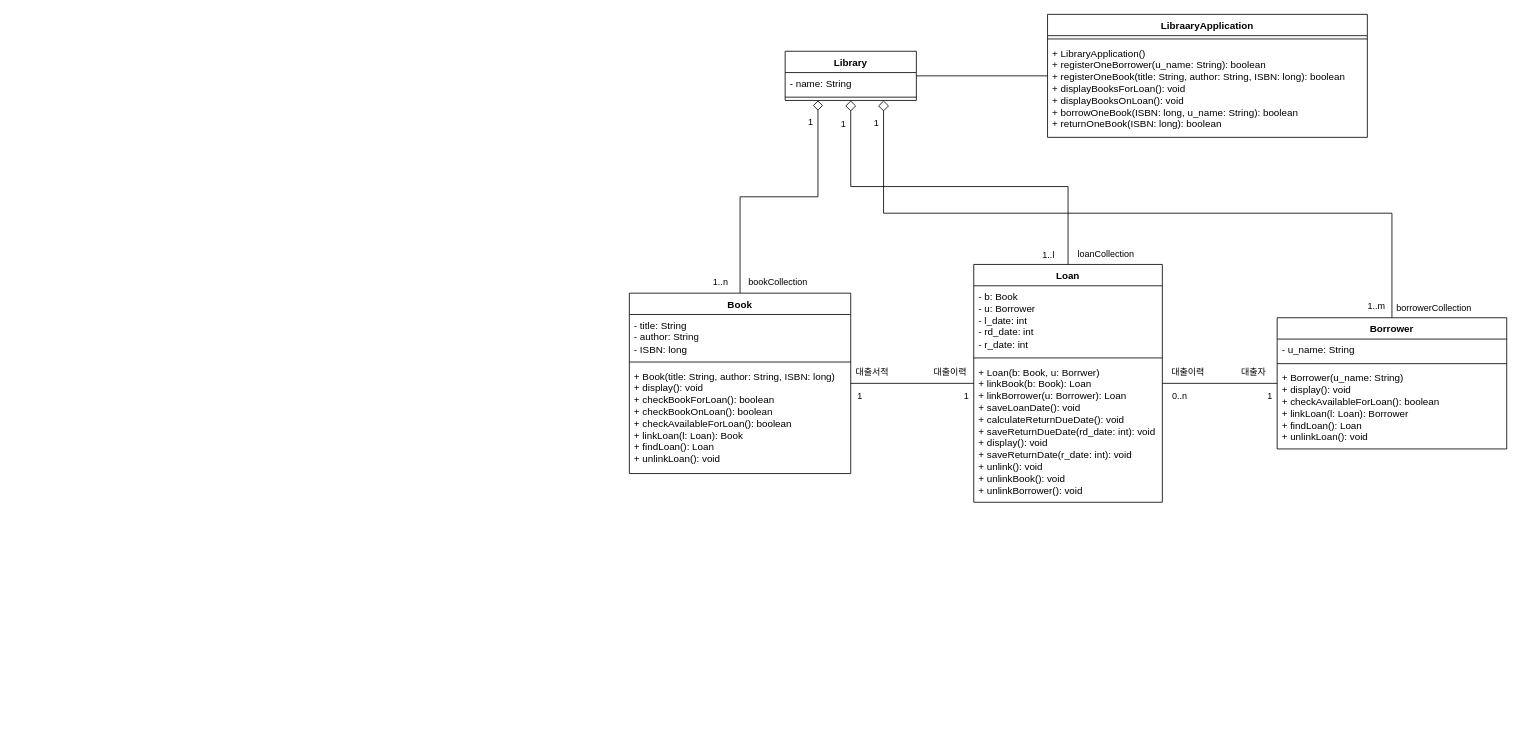
Earlier version of the draw.io diagram UML/Class Diagram.drawio (Halozhan/2023-2-LibraryApplication). Source tidied: cells renumbered, new cells numbered last; positions are measured from the earlier drawing's top-left corner, leaving out a move shared by most shapes. Both pictures are drawn from the tidied source at 82%, with x=0, y=0 at pixel (629, 14).
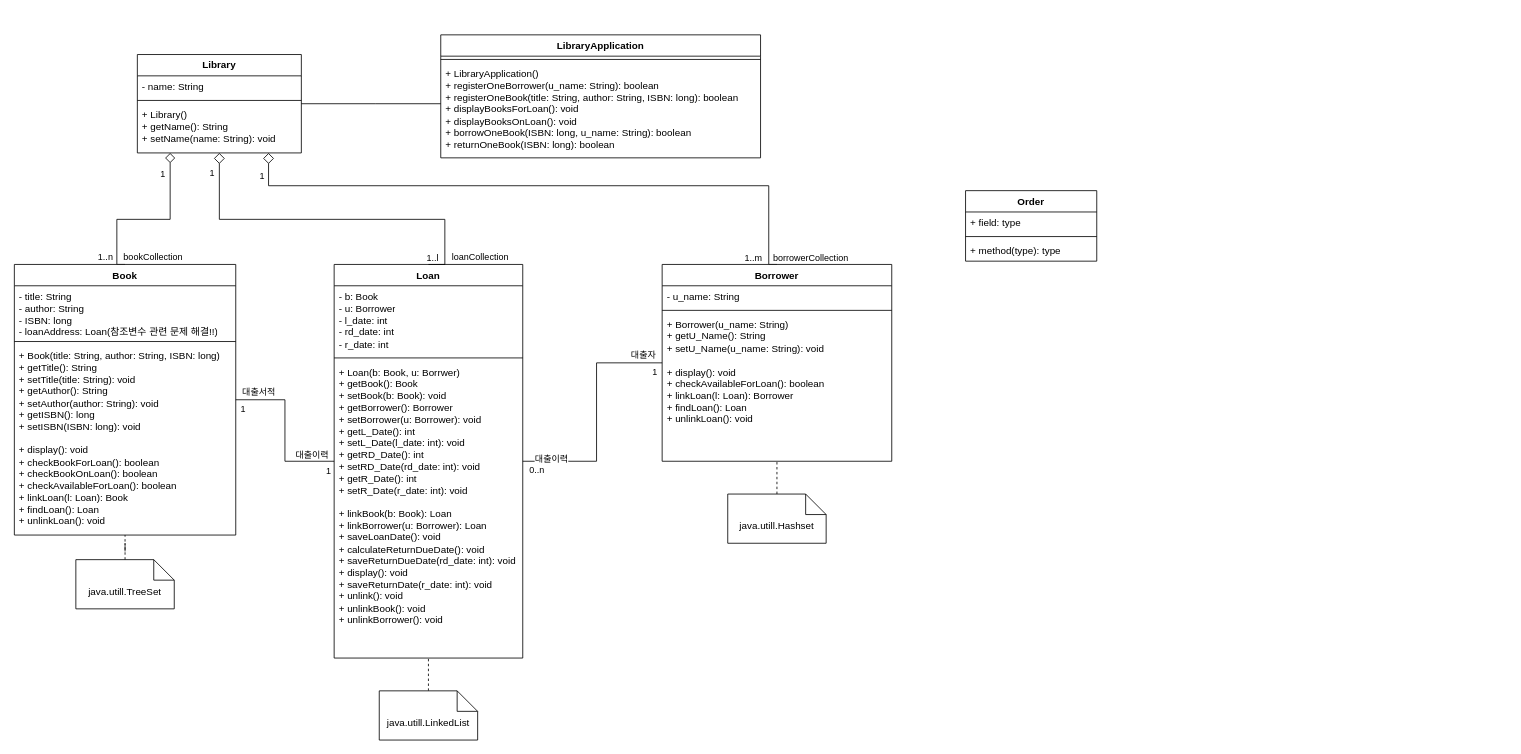
The same page after the edit.

Diff of the diagram source:
```diff
@@
     <mxCell id="2" style="edgeStyle=orthogonalEdgeStyle;rounded=0;jettySize=auto;html=1;exitX=1;exitY=0.5;exitDx=0;exitDy=0;endArrow=none;endFill=0;" parent="1" edge="1" source="3" target="6">
-      <mxGeometry relative="1" as="geometry" />
+      <mxGeometry relative="1" as="geometry">
+        <Array as="points">
+          <mxPoint x="-310" y="109" />
+          <mxPoint x="-310" y="109" />
+        </Array>
+      </mxGeometry>
     </mxCell>
-    <mxCell id="3" value="Library" style="swimlane;fontStyle=1;align=center;verticalAlign=top;horizontal=1;startSize=26;whiteSpace=wrap;html=1;" parent="1" vertex="1">
-      <mxGeometry x="190" y="45" width="160" height="60" as="geometry" />
-    </mxCell>
-    <mxCell id="4" value="- name: String" style="text;strokeColor=none;fillColor=none;align=left;verticalAlign=top;spacingLeft=4;spacingRight=4;overflow=hidden;whiteSpace=wrap;html=1;" parent="3" vertex="1">
-      <mxGeometry y="26" width="160" height="26" as="geometry" />
-    </mxCell>
-    <mxCell id="5" style="line;strokeWidth=1;fillColor=none;align=left;verticalAlign=middle;spacingTop=-1;spacingLeft=3;spacingRight=3;labelPosition=right;points=[];portConstraint=eastwest;strokeColor=inherit;" parent="3" vertex="1">
-      <mxGeometry y="52" width="160" height="8" as="geometry" />
-    </mxCell>
-    <mxCell id="6" value="LibraaryApplication" style="swimlane;fontStyle=1;align=center;verticalAlign=top;horizontal=1;startSize=26;whiteSpace=wrap;html=1;" parent="1" vertex="1">
-      <mxGeometry x="510" width="390" height="150" as="geometry" />
+    <mxCell id="6" value="LibraryApplication" style="swimlane;fontStyle=1;align=center;verticalAlign=top;horizontal=1;startSize=26;whiteSpace=wrap;html=1;" parent="1" vertex="1">
+      <mxGeometry x="-230" y="25" width="390" height="150" as="geometry" />
     </mxCell>
@@
-    <mxCell id="9" style="edgeStyle=orthogonalEdgeStyle;rounded=0;jettySize=auto;html=1;exitX=0.5;exitY=0;exitDx=0;exitDy=0;entryX=0.25;entryY=1;entryDx=0;entryDy=0;endArrow=diamond;endFill=0;strokeWidth=1;endSize=10;" parent="1" edge="1" source="18" target="3">
-      <mxGeometry relative="1" as="geometry" />
+    <mxCell id="9" style="edgeStyle=orthogonalEdgeStyle;rounded=0;jettySize=auto;html=1;exitX=0.5;exitY=0;exitDx=0;exitDy=0;endArrow=diamond;endFill=0;strokeWidth=1;endSize=10;" parent="1" edge="1" source="18" target="3">
+      <mxGeometry relative="1" as="geometry">
+        <Array as="points">
+          <mxPoint x="-625" y="250" />
+          <mxPoint x="-560" y="250" />
+        </Array>
+      </mxGeometry>
     </mxCell>
     <mxCell id="10" value="1..n" style="edgeLabel;html=1;align=center;verticalAlign=middle;" parent="9" vertex="1">
       <mxGeometry x="-0.85" y="2" relative="1" as="geometry">
-        <mxPoint x="-23" y="10" as="offset" />
+        <mxPoint x="-13" y="-4" as="offset" />
       </mxGeometry>
     </mxCell>
     <mxCell id="11" value="bookCollection" style="edgeLabel;html=1;align=center;verticalAlign=middle;" parent="9" vertex="1">
       <mxGeometry x="-0.91" y="1" relative="1" as="geometry">
-        <mxPoint x="46" as="offset" />
+        <mxPoint x="42" y="-11" as="offset" />
       </mxGeometry>
     </mxCell>
     <mxCell id="12" value="1" style="edgeLabel;html=1;align=center;verticalAlign=middle;" parent="9" vertex="1">
       <mxGeometry x="0.85" y="-1" relative="1" as="geometry">
-        <mxPoint x="-11" as="offset" />
+        <mxPoint x="-11" y="9" as="offset" />
       </mxGeometry>
     </mxCell>
-    <mxCell id="13" style="edgeStyle=orthogonalEdgeStyle;rounded=0;jettySize=auto;html=1;exitX=1;exitY=0.5;exitDx=0;exitDy=0;endArrow=none;endFill=0;" parent="1" edge="1" source="18" target="22">
+    <mxCell id="13" style="edgeStyle=orthogonalEdgeStyle;rounded=0;jettySize=auto;html=1;endArrow=none;endFill=0;" parent="1" edge="1" source="18" target="22">
       <mxGeometry relative="1" as="geometry" />
     </mxCell>
     <mxCell id="14" value="1" style="edgeLabel;html=1;align=center;verticalAlign=middle;" parent="13" vertex="1">
       <mxGeometry x="0.72" y="4" relative="1" as="geometry">
-        <mxPoint x="11" y="19" as="offset" />
+        <mxPoint x="19" y="15" as="offset" />
       </mxGeometry>
     </mxCell>
     <mxCell id="15" value="1" style="edgeLabel;html=1;align=center;verticalAlign=middle;" parent="13" vertex="1">
       <mxGeometry x="-0.56" y="-2" relative="1" as="geometry">
-        <mxPoint x="-23" y="13" as="offset" />
+        <mxPoint x="-35" y="8" as="offset" />
       </mxGeometry>
     </mxCell>
     <mxCell id="16" value="대출서적" style="edgeLabel;html=1;align=center;verticalAlign=middle;" parent="13" vertex="1">
       <mxGeometry x="-0.66" y="3" relative="1" as="geometry">
-        <mxPoint y="-12" as="offset" />
+        <mxPoint x="-6" y="-7" as="offset" />
       </mxGeometry>
     </mxCell>
     <mxCell id="17" value="대출이력" style="edgeLabel;html=1;align=center;verticalAlign=middle;" parent="13" vertex="1">
       <mxGeometry x="0.79" y="3" relative="1" as="geometry">
-        <mxPoint x="-14" y="-12" as="offset" />
+        <mxPoint x="-8" y="-6" as="offset" />
       </mxGeometry>
     </mxCell>
     <mxCell id="18" value="Book" style="swimlane;fontStyle=1;align=center;verticalAlign=top;horizontal=1;startSize=26;whiteSpace=wrap;html=1;" parent="1" vertex="1">
-      <mxGeometry y="340" width="270" height="220" as="geometry" />
+      <mxGeometry x="-750" y="305" width="270" height="330" as="geometry" />
     </mxCell>
-    <mxCell id="19" value="- title: String&lt;br&gt;- author: String&lt;br&gt;- ISBN: long" style="text;strokeColor=none;fillColor=none;align=left;verticalAlign=top;spacingLeft=4;spacingRight=4;overflow=hidden;whiteSpace=wrap;html=1;" parent="18" vertex="1">
-      <mxGeometry y="26" width="270" height="54" as="geometry" />
+    <mxCell id="19" value="- title: String&lt;br&gt;- author: String&lt;br&gt;- ISBN: long&lt;br&gt;- loanAddress: Loan(참조변수 관련 문제 해결!!)" style="text;strokeColor=none;fillColor=none;align=left;verticalAlign=top;spacingLeft=4;spacingRight=4;overflow=hidden;whiteSpace=wrap;html=1;" parent="18" vertex="1">
+      <mxGeometry y="26" width="270" height="64" as="geometry" />
     </mxCell>
     <mxCell id="20" style="line;strokeWidth=1;fillColor=none;align=left;verticalAlign=middle;spacingTop=-1;spacingLeft=3;spacingRight=3;labelPosition=right;strokeColor=inherit;" parent="18" vertex="1">
-      <mxGeometry y="80" width="270" height="8" as="geometry" />
+      <mxGeometry y="90" width="270" height="8" as="geometry" />
     </mxCell>
-    <mxCell id="21" value="+ Book(title: String, author: String, ISBN: long)&lt;br&gt;+ display(): void&lt;br&gt;+ checkBookForLoan(): boolean&lt;br&gt;+ checkBookOnLoan(): boolean&lt;br&gt;+ checkAvailableForLoan(): boolean&lt;br&gt;+ linkLoan(l: Loan): Book&lt;br&gt;+ findLoan(): Loan&lt;br&gt;+ unlinkLoan(): void" style="text;strokeColor=none;fillColor=none;align=left;verticalAlign=top;spacingLeft=4;spacingRight=4;overflow=hidden;whiteSpace=wrap;html=1;" parent="18" vertex="1">
-      <mxGeometry y="88" width="270" height="132" as="geometry" />
+    <mxCell id="21" value="+ Book(title: String, author: String, ISBN: long)&lt;br&gt;+ getTitle(): String&lt;br&gt;+ setTitle(title: String): void&lt;br&gt;+ getAuthor(): String&lt;br style=&quot;border-color: var(--border-color);&quot;&gt;+ setAuthor(author: String): void&lt;br&gt;+ getISBN(): long&lt;br style=&quot;border-color: var(--border-color);&quot;&gt;+ setISBN(ISBN: long): void&lt;br&gt;&lt;br&gt;+ display(): void&lt;br&gt;+ checkBookForLoan(): boolean&lt;br&gt;+ checkBookOnLoan(): boolean&lt;br&gt;+ checkAvailableForLoan(): boolean&lt;br&gt;+ linkLoan(l: Loan): Book&lt;br&gt;+ findLoan(): Loan&lt;br&gt;+ unlinkLoan(): void" style="text;strokeColor=none;fillColor=none;align=left;verticalAlign=top;spacingLeft=4;spacingRight=4;overflow=hidden;whiteSpace=wrap;html=1;" parent="18" vertex="1">
+      <mxGeometry y="98" width="270" height="232" as="geometry" />
     </mxCell>
     <mxCell id="22" value="Loan" style="swimlane;fontStyle=1;align=center;verticalAlign=top;horizontal=1;startSize=26;whiteSpace=wrap;html=1;" parent="1" vertex="1">
-      <mxGeometry x="420" y="305" width="230" height="290" as="geometry" />
+      <mxGeometry x="-360" y="305" width="230" height="480" as="geometry" />
     </mxCell>
@@
-    <mxCell id="25" value="+ Loan(b: Book, u: Borrwer)&lt;br&gt;+ linkBook(b: Book): Loan&lt;br&gt;+ linkBorrower(u: Borrower): Loan&lt;br&gt;+ saveLoanDate(): void&lt;br&gt;+ calculateReturnDueDate(): void&lt;br&gt;+ saveReturnDueDate(rd_date: int): void&lt;br&gt;+ display(): void&lt;br&gt;+ saveReturnDate(r_date: int): void&lt;br&gt;+ unlink(): void&lt;br&gt;+ unlinkBook(): void&lt;br&gt;+ unlinkBorrower(): void" style="text;strokeColor=none;fillColor=none;align=left;verticalAlign=top;spacingLeft=4;spacingRight=4;overflow=hidden;whiteSpace=wrap;html=1;" parent="22" vertex="1">
-      <mxGeometry y="118" width="230" height="172" as="geometry" />
+    <mxCell id="25" value="+ Loan(b: Book, u: Borrwer)&lt;br&gt;+ getBook(): Book&lt;br style=&quot;border-color: var(--border-color);&quot;&gt;+ setBook(b: Book): void&lt;br&gt;+ getBorrower(): Borrower&lt;br style=&quot;border-color: var(--border-color);&quot;&gt;+ setBorrower(u: Borrower): void&lt;br&gt;+ getL_Date(): int&lt;br style=&quot;border-color: var(--border-color);&quot;&gt;+ setL_Date(l_date: int): void&lt;br&gt;+ getRD_Date(): int&lt;br style=&quot;border-color: var(--border-color);&quot;&gt;+ setRD_Date(rd_date: int): void&lt;br&gt;+ getR_Date(): int&lt;br style=&quot;border-color: var(--border-color);&quot;&gt;+ setR_Date(r_date: int): void&lt;br&gt;&lt;br&gt;+ linkBook(b: Book): Loan&lt;br&gt;+ linkBorrower(u: Borrower): Loan&lt;br&gt;+ saveLoanDate(): void&lt;br&gt;+ calculateReturnDueDate(): void&lt;br&gt;+ saveReturnDueDate(rd_date: int): void&lt;br&gt;+ display(): void&lt;br&gt;+ saveReturnDate(r_date: int): void&lt;br&gt;+ unlink(): void&lt;br&gt;+ unlinkBook(): void&lt;br&gt;+ unlinkBorrower(): void" style="text;strokeColor=none;fillColor=none;align=left;verticalAlign=top;spacingLeft=4;spacingRight=4;overflow=hidden;whiteSpace=wrap;html=1;" parent="22" vertex="1">
+      <mxGeometry y="118" width="230" height="362" as="geometry" />
     </mxCell>
-    <mxCell id="26" style="edgeStyle=orthogonalEdgeStyle;rounded=0;jettySize=auto;html=1;exitX=0;exitY=0.5;exitDx=0;exitDy=0;endArrow=none;endFill=0;" parent="1" edge="1" source="35" target="22">
-      <mxGeometry relative="1" as="geometry" />
+    <mxCell id="26" style="edgeStyle=orthogonalEdgeStyle;rounded=0;jettySize=auto;html=1;endArrow=none;endFill=0;" parent="1" edge="1" source="35" target="22">
+      <mxGeometry relative="1" as="geometry">
+        <Array as="points">
+          <mxPoint x="-40" y="425" />
+          <mxPoint x="-40" y="545" />
+        </Array>
+      </mxGeometry>
     </mxCell>
     <mxCell id="27" value="0..n" style="edgeLabel;html=1;align=center;verticalAlign=middle;" parent="26" vertex="1">
       <mxGeometry x="0.49" relative="1" as="geometry">
-        <mxPoint x="-16" y="15" as="offset" />
+        <mxPoint x="-58" y="10" as="offset" />
       </mxGeometry>
     </mxCell>
     <mxCell id="28" value="1" style="edgeLabel;html=1;align=center;verticalAlign=middle;" parent="26" vertex="1">
       <mxGeometry x="-0.74" relative="1" as="geometry">
-        <mxPoint x="8" y="15" as="offset" />
+        <mxPoint x="28" y="10" as="offset" />
       </mxGeometry>
     </mxCell>
     <mxCell id="29" value="대출이력" style="edgeLabel;html=1;align=center;verticalAlign=middle;" parent="26" vertex="1">
       <mxGeometry x="0.36" y="-1" relative="1" as="geometry">
-        <mxPoint x="-15" y="-14" as="offset" />
+        <mxPoint x="-55" y="-1" as="offset" />
       </mxGeometry>
     </mxCell>
     <mxCell id="30" value="대출자" style="edgeLabel;html=1;align=center;verticalAlign=middle;" parent="26" vertex="1">
       <mxGeometry x="-0.5" relative="1" as="geometry">
-        <mxPoint x="5" y="-15" as="offset" />
+        <mxPoint x="49" y="-10" as="offset" />
       </mxGeometry>
     </mxCell>
-    <mxCell id="31" style="edgeStyle=orthogonalEdgeStyle;rounded=0;jettySize=auto;html=1;exitX=0.5;exitY=0;exitDx=0;exitDy=0;entryX=0.75;entryY=1;entryDx=0;entryDy=0;endArrow=diamond;endFill=0;startSize=6;endSize=11;" parent="1" edge="1" source="35" target="3">
-      <mxGeometry relative="1" as="geometry" />
+    <mxCell id="31" style="edgeStyle=orthogonalEdgeStyle;rounded=0;jettySize=auto;html=1;exitX=0.5;exitY=0;exitDx=0;exitDy=0;endArrow=diamond;endFill=0;startSize=6;endSize=11;" parent="1" edge="1" source="35" target="3">
+      <mxGeometry relative="1" as="geometry">
+        <Array as="points">
+          <mxPoint x="170" y="305" />
+          <mxPoint x="170" y="209" />
+          <mxPoint x="-440" y="209" />
+        </Array>
+      </mxGeometry>
     </mxCell>
     <mxCell id="32" value="1..m" style="edgeLabel;html=1;align=center;verticalAlign=middle;" parent="31" vertex="1">
       <mxGeometry x="-0.98" y="-1" relative="1" as="geometry">
-        <mxPoint x="-21" y="-6" as="offset" />
+        <mxPoint x="-22" y="-8" as="offset" />
       </mxGeometry>
     </mxCell>
     <mxCell id="33" value="borrowerCollection" style="edgeLabel;html=1;align=center;verticalAlign=middle;" parent="31" vertex="1">
       <mxGeometry x="-0.97" relative="1" as="geometry">
-        <mxPoint x="50" as="offset" />
+        <mxPoint x="50" y="-8" as="offset" />
       </mxGeometry>
     </mxCell>
     <mxCell id="34" value="1" style="edgeLabel;html=1;align=center;verticalAlign=middle;" parent="31" vertex="1">
       <mxGeometry x="0.94" y="3" relative="1" as="geometry">
-        <mxPoint x="-7" as="offset" />
+        <mxPoint x="-6" y="4" as="offset" />
       </mxGeometry>
     </mxCell>
     <mxCell id="35" value="Borrower" style="swimlane;fontStyle=1;align=center;verticalAlign=top;horizontal=1;startSize=26;whiteSpace=wrap;html=1;" parent="1" vertex="1">
-      <mxGeometry x="790" y="370" width="280" height="160" as="geometry" />
+      <mxGeometry x="40" y="305" width="280" height="240" as="geometry" />
     </mxCell>
@@
-    <mxCell id="38" value="+ Borrower(u_name: String)&lt;br&gt;+ display(): void&lt;br&gt;+ checkAvailableForLoan(): boolean&lt;br&gt;+ linkLoan(l: Loan): Borrower&lt;br&gt;+ findLoan(): Loan&lt;br&gt;+ unlinkLoan(): void" style="text;strokeColor=none;fillColor=none;align=left;verticalAlign=top;spacingLeft=4;spacingRight=4;overflow=hidden;whiteSpace=wrap;html=1;" parent="35" vertex="1">
-      <mxGeometry y="60" width="280" height="100" as="geometry" />
+    <mxCell id="38" value="+ Borrower(u_name: String)&lt;br&gt;+ getU_Name(): String&lt;br&gt;+ setU_Name(u_name: String): void&lt;br&gt;&lt;br&gt;+ display(): void&lt;br&gt;+ checkAvailableForLoan(): boolean&lt;br&gt;+ linkLoan(l: Loan): Borrower&lt;br&gt;+ findLoan(): Loan&lt;br&gt;+ unlinkLoan(): void" style="text;strokeColor=none;fillColor=none;align=left;verticalAlign=top;spacingLeft=4;spacingRight=4;overflow=hidden;whiteSpace=wrap;html=1;" parent="35" vertex="1">
+      <mxGeometry y="60" width="280" height="180" as="geometry" />
     </mxCell>
-    <mxCell id="39" style="edgeStyle=orthogonalEdgeStyle;rounded=0;jettySize=auto;html=1;exitX=0.5;exitY=0;exitDx=0;exitDy=0;entryX=0.5;entryY=1;entryDx=0;entryDy=0;entryPerimeter=0;endArrow=diamond;endFill=0;endSize=11;" parent="1" edge="1" source="22" target="5">
-      <mxGeometry relative="1" as="geometry" />
+    <mxCell id="39" style="edgeStyle=orthogonalEdgeStyle;rounded=0;jettySize=auto;html=1;exitX=0.5;exitY=0;exitDx=0;exitDy=0;endArrow=diamond;endFill=0;endSize=11;" parent="1" edge="1" source="22" target="3">
+      <mxGeometry relative="1" as="geometry">
+        <Array as="points">
+          <mxPoint x="-225" y="305" />
+          <mxPoint x="-225" y="250" />
+          <mxPoint x="-500" y="250" />
+        </Array>
+      </mxGeometry>
     </mxCell>
     <mxCell id="40" value="1..l" style="edgeLabel;html=1;align=center;verticalAlign=middle;" parent="39" vertex="1">
       <mxGeometry x="-0.95" y="2" relative="1" as="geometry">
-        <mxPoint x="-23" as="offset" />
+        <mxPoint x="-7" y="-7" as="offset" />
       </mxGeometry>
     </mxCell>
     <mxCell id="41" value="loanCollection" style="edgeLabel;html=1;align=center;verticalAlign=middle;" parent="39" vertex="1">
       <mxGeometry x="-0.94" y="-3" relative="1" as="geometry">
-        <mxPoint x="42" as="offset" />
+        <mxPoint x="49" y="-13" as="offset" />
       </mxGeometry>
     </mxCell>
     <mxCell id="42" value="1" style="edgeLabel;html=1;align=center;verticalAlign=middle;" parent="39" vertex="1">
       <mxGeometry x="0.88" y="3" relative="1" as="geometry">
-        <mxPoint x="-7" as="offset" />
+        <mxPoint x="-7" y="-2" as="offset" />
       </mxGeometry>
     </mxCell>
+    <mxCell id="43" style="edgeStyle=orthogonalEdgeStyle;rounded=0;jettySize=auto;html=1;exitX=0.5;exitY=0;exitDx=0;exitDy=0;exitPerimeter=0;endArrow=none;endFill=0;dashed=1;" parent="1" edge="1" source="44" target="18">
+      <mxGeometry relative="1" as="geometry" />
+    </mxCell>
+    <mxCell id="44" value="java.utill.TreeSet" style="shape=note2;boundedLbl=1;whiteSpace=wrap;html=1;size=25;verticalAlign=top;align=center;" parent="1" vertex="1">
+      <mxGeometry x="-675" y="665" width="120" height="60" as="geometry" />
+    </mxCell>
+    <mxCell id="45" style="edgeStyle=orthogonalEdgeStyle;rounded=0;jettySize=auto;html=1;exitX=0.5;exitY=0;exitDx=0;exitDy=0;exitPerimeter=0;endArrow=none;endFill=0;dashed=1;" parent="1" edge="1" source="46" target="22">
+      <mxGeometry relative="1" as="geometry" />
+    </mxCell>
+    <mxCell id="46" value="java.utill.LinkedList" style="shape=note2;boundedLbl=1;whiteSpace=wrap;html=1;size=25;verticalAlign=top;align=center;" parent="1" vertex="1">
+      <mxGeometry x="-305" y="825" width="120" height="60" as="geometry" />
+    </mxCell>
+    <mxCell id="47" style="edgeStyle=orthogonalEdgeStyle;rounded=0;jettySize=auto;html=1;exitX=0.5;exitY=0;exitDx=0;exitDy=0;exitPerimeter=0;dashed=1;endArrow=none;endFill=0;" parent="1" edge="1" source="48" target="35">
+      <mxGeometry relative="1" as="geometry" />
+    </mxCell>
+    <mxCell id="48" value="java.utill.Hashset" style="shape=note2;boundedLbl=1;whiteSpace=wrap;html=1;size=25;verticalAlign=top;align=center;" parent="1" vertex="1">
+      <mxGeometry x="120" y="585" width="120" height="60" as="geometry" />
+    </mxCell>
+    <mxCell id="3" value="Library" style="swimlane;fontStyle=1;align=center;verticalAlign=top;horizontal=1;startSize=26;whiteSpace=wrap;html=1;labelBackgroundColor=default;strokeColor=inherit;strokeWidth=1;spacingLeft=3;spacingRight=3;spacingTop=-1;fontFamily=Helvetica;fontSize=12;fontColor=default;fillColor=none;" parent="1" vertex="1">
+      <mxGeometry x="-600" y="49" width="200" height="120" as="geometry" />
+    </mxCell>
+    <mxCell id="4" value="- name: String" style="text;strokeColor=none;fillColor=none;align=left;verticalAlign=top;spacingLeft=4;spacingRight=4;overflow=hidden;whiteSpace=wrap;html=1;fontSize=12;fontFamily=Helvetica;fontColor=default;" parent="3" vertex="1">
+      <mxGeometry y="26" width="200" height="26" as="geometry" />
+    </mxCell>
+    <mxCell id="49" style="line;strokeWidth=1;fillColor=none;align=left;verticalAlign=middle;spacingTop=-1;spacingLeft=3;spacingRight=3;labelPosition=right;strokeColor=inherit;labelBackgroundColor=default;fontFamily=Helvetica;fontSize=12;fontColor=default;" parent="3" vertex="1">
+      <mxGeometry y="52" width="200" height="8" as="geometry" />
+    </mxCell>
+    <mxCell id="50" value="+ Library()&lt;br&gt;+ getName(): String&lt;br&gt;+ setName(name: String): void" style="text;strokeColor=none;fillColor=none;align=left;verticalAlign=top;spacingLeft=4;spacingRight=4;overflow=hidden;whiteSpace=wrap;html=1;fontSize=12;fontFamily=Helvetica;fontColor=default;" parent="3" vertex="1">
+      <mxGeometry y="60" width="200" height="60" as="geometry" />
+    </mxCell>
+    <mxCell id="51" value="Order" style="swimlane;fontStyle=1;align=center;verticalAlign=top;horizontal=1;startSize=26;whiteSpace=wrap;html=1;" parent="1" vertex="1">
+      <mxGeometry x="410" y="215" width="160" height="86" as="geometry" />
+    </mxCell>
+    <mxCell id="52" value="+ field: type" style="text;strokeColor=none;fillColor=none;align=left;verticalAlign=top;spacingLeft=4;spacingRight=4;overflow=hidden;whiteSpace=wrap;html=1;" parent="51" vertex="1">
+      <mxGeometry y="26" width="160" height="26" as="geometry" />
+    </mxCell>
+    <mxCell id="5" style="line;strokeWidth=1;fillColor=none;align=left;verticalAlign=middle;spacingTop=-1;spacingLeft=3;spacingRight=3;labelPosition=right;points=[];portConstraint=eastwest;strokeColor=inherit;" parent="51" vertex="1">
+      <mxGeometry y="52" width="160" height="8" as="geometry" />
+    </mxCell>
+    <mxCell id="53" value="+ method(type): type" style="text;strokeColor=none;fillColor=none;align=left;verticalAlign=top;spacingLeft=4;spacingRight=4;overflow=hidden;whiteSpace=wrap;html=1;" parent="51" vertex="1">
+      <mxGeometry y="60" width="160" height="26" as="geometry" />
+    </mxCell>
```
